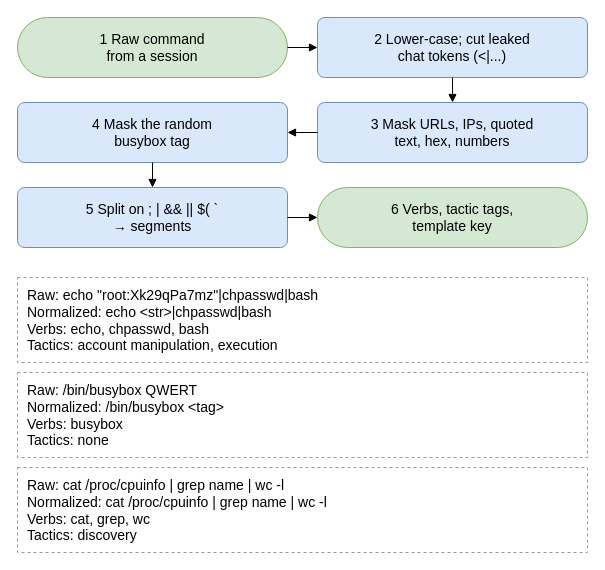
Before: report/diagrams/d06_normalization_pipeline.drawio in parthkansal823/Honeypot_RedTeaming-paper, a draw.io diagram. Source tidied: cells renumbered, new cells numbered last; positions are measured from the earlier drawing's top-left corner, leaving out a move shared by most shapes. Both pictures are drawn from the tidied source at 100%, with x=0, y=0 at pixel (17, 17).
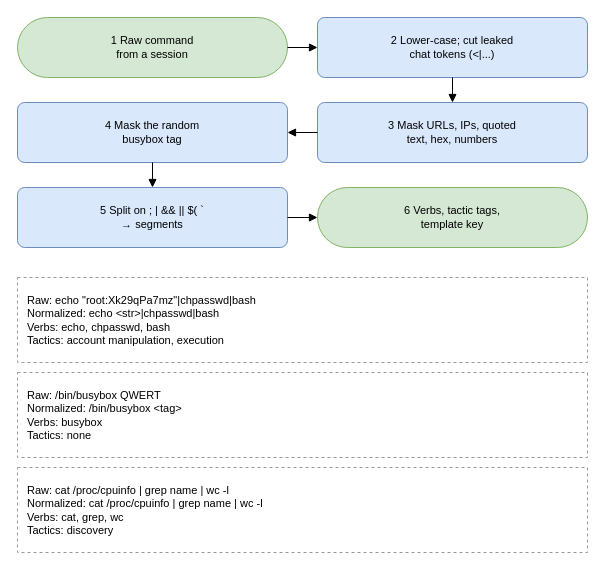
The same diagram, later.

What changed in the source:
```diff
@@
 <mxGraphModel>
   <root>
     <mxCell id="0" />
     <mxCell id="1" parent="0" />
-    <mxCell id="2" value="1  Raw command&lt;br&gt;from a session" style="rounded=1;arcSize=50;whiteSpace=wrap;html=1;fillColor=#D5E8D4;strokeColor=#82B366;fontFamily=Arial;fontSize=14;" parent="1" vertex="1">
+    <mxCell id="2" value="1  Raw command&lt;br&gt;from a session" style="rounded=1;arcSize=50;whiteSpace=wrap;html=1;fillColor=#D5E8D4;strokeColor=#82B366;fontFamily=Arial;fontSize=11;" parent="1" vertex="1">
       <mxGeometry width="270" height="60" as="geometry" />
     </mxCell>
-    <mxCell id="3" value="2  Lower-case; cut leaked&lt;br&gt;chat tokens (&amp;lt;|...)" style="rounded=1;arcSize=12;whiteSpace=wrap;html=1;fillColor=#DAE8FC;strokeColor=#6C8EBF;fontFamily=Arial;fontSize=14;" parent="1" vertex="1">
+    <mxCell id="3" value="2  Lower-case; cut leaked&lt;br&gt;chat tokens (&amp;lt;|...)" style="rounded=1;arcSize=12;whiteSpace=wrap;html=1;fillColor=#DAE8FC;strokeColor=#6C8EBF;fontFamily=Arial;fontSize=11;" parent="1" vertex="1">
       <mxGeometry x="300" width="270" height="60" as="geometry" />
     </mxCell>
-    <mxCell id="4" value="3  Mask URLs, IPs, quoted&lt;br&gt;text, hex, numbers" style="rounded=1;arcSize=12;whiteSpace=wrap;html=1;fillColor=#DAE8FC;strokeColor=#6C8EBF;fontFamily=Arial;fontSize=14;" parent="1" vertex="1">
+    <mxCell id="4" value="3  Mask URLs, IPs, quoted&lt;br&gt;text, hex, numbers" style="rounded=1;arcSize=12;whiteSpace=wrap;html=1;fillColor=#DAE8FC;strokeColor=#6C8EBF;fontFamily=Arial;fontSize=11;" parent="1" vertex="1">
       <mxGeometry x="300" y="85" width="270" height="60" as="geometry" />
     </mxCell>
-    <mxCell id="5" value="4  Mask the random&lt;br&gt;busybox tag" style="rounded=1;arcSize=12;whiteSpace=wrap;html=1;fillColor=#DAE8FC;strokeColor=#6C8EBF;fontFamily=Arial;fontSize=14;" parent="1" vertex="1">
+    <mxCell id="5" value="4  Mask the random&lt;br&gt;busybox tag" style="rounded=1;arcSize=12;whiteSpace=wrap;html=1;fillColor=#DAE8FC;strokeColor=#6C8EBF;fontFamily=Arial;fontSize=11;" parent="1" vertex="1">
       <mxGeometry y="85" width="270" height="60" as="geometry" />
     </mxCell>
-    <mxCell id="6" value="5  Split on ; | &amp;amp;&amp;amp; || $( `&lt;br&gt;→ segments" style="rounded=1;arcSize=12;whiteSpace=wrap;html=1;fillColor=#DAE8FC;strokeColor=#6C8EBF;fontFamily=Arial;fontSize=14;" parent="1" vertex="1">
+    <mxCell id="6" value="5  Split on ; | &amp;amp;&amp;amp; || $( `&lt;br&gt;→ segments" style="rounded=1;arcSize=12;whiteSpace=wrap;html=1;fillColor=#DAE8FC;strokeColor=#6C8EBF;fontFamily=Arial;fontSize=11;" parent="1" vertex="1">
       <mxGeometry y="170" width="270" height="60" as="geometry" />
     </mxCell>
-    <mxCell id="7" value="6  Verbs, tactic tags,&lt;br&gt;template key" style="rounded=1;arcSize=50;whiteSpace=wrap;html=1;fillColor=#D5E8D4;strokeColor=#82B366;fontFamily=Arial;fontSize=14;" parent="1" vertex="1">
+    <mxCell id="7" value="6  Verbs, tactic tags,&lt;br&gt;template key" style="rounded=1;arcSize=50;whiteSpace=wrap;html=1;fillColor=#D5E8D4;strokeColor=#82B366;fontFamily=Arial;fontSize=11;" parent="1" vertex="1">
       <mxGeometry x="300" y="170" width="270" height="60" as="geometry" />
     </mxCell>
-    <mxCell id="8" value="Raw:  echo &amp;quot;root:Xk29qPa7mz&amp;quot;|chpasswd|bash&lt;br&gt;Normalized:  echo &amp;lt;str&amp;gt;|chpasswd|bash&lt;br&gt;Verbs:  echo, chpasswd, bash&lt;br&gt;Tactics:  account manipulation, execution" style="rounded=0;dashed=1;whiteSpace=wrap;html=1;fillColor=#FFFFFF;strokeColor=#999999;fontFamily=Arial;fontSize=14;align=left;spacingLeft=8;" parent="1" vertex="1">
+    <mxCell id="8" value="Raw:  echo &amp;quot;root:Xk29qPa7mz&amp;quot;|chpasswd|bash&lt;br&gt;Normalized:  echo &amp;lt;str&amp;gt;|chpasswd|bash&lt;br&gt;Verbs:  echo, chpasswd, bash&lt;br&gt;Tactics:  account manipulation, execution" style="rounded=0;dashed=1;whiteSpace=wrap;html=1;fillColor=#FFFFFF;strokeColor=#999999;fontFamily=Arial;fontSize=11;align=left;spacingLeft=8;" parent="1" vertex="1">
       <mxGeometry y="260" width="570" height="85" as="geometry" />
     </mxCell>
-    <mxCell id="9" value="Raw:  /bin/busybox QWERT&lt;br&gt;Normalized:  /bin/busybox &amp;lt;tag&amp;gt;&lt;br&gt;Verbs:  busybox&lt;br&gt;Tactics:  none" style="rounded=0;dashed=1;whiteSpace=wrap;html=1;fillColor=#FFFFFF;strokeColor=#999999;fontFamily=Arial;fontSize=14;align=left;spacingLeft=8;" parent="1" vertex="1">
+    <mxCell id="9" value="Raw:  /bin/busybox QWERT&lt;br&gt;Normalized:  /bin/busybox &amp;lt;tag&amp;gt;&lt;br&gt;Verbs:  busybox&lt;br&gt;Tactics:  none" style="rounded=0;dashed=1;whiteSpace=wrap;html=1;fillColor=#FFFFFF;strokeColor=#999999;fontFamily=Arial;fontSize=11;align=left;spacingLeft=8;" parent="1" vertex="1">
       <mxGeometry y="355" width="570" height="85" as="geometry" />
     </mxCell>
-    <mxCell id="10" value="Raw:  cat /proc/cpuinfo | grep name | wc -l&lt;br&gt;Normalized:  cat /proc/cpuinfo | grep name | wc -l&lt;br&gt;Verbs:  cat, grep, wc&lt;br&gt;Tactics:  discovery" style="rounded=0;dashed=1;whiteSpace=wrap;html=1;fillColor=#FFFFFF;strokeColor=#999999;fontFamily=Arial;fontSize=14;align=left;spacingLeft=8;" parent="1" vertex="1">
+    <mxCell id="10" value="Raw:  cat /proc/cpuinfo | grep name | wc -l&lt;br&gt;Normalized:  cat /proc/cpuinfo | grep name | wc -l&lt;br&gt;Verbs:  cat, grep, wc&lt;br&gt;Tactics:  discovery" style="rounded=0;dashed=1;whiteSpace=wrap;html=1;fillColor=#FFFFFF;strokeColor=#999999;fontFamily=Arial;fontSize=11;align=left;spacingLeft=8;" parent="1" vertex="1">
       <mxGeometry y="450" width="570" height="85" as="geometry" />
     </mxCell>
     <mxCell id="11" style="edgeStyle=orthogonalEdgeStyle;rounded=0;html=1;endArrow=block;endFill=1;exitX=1;exitY=0.5;exitDx=0;exitDy=0;entryX=0;entryY=0.5;entryDx=0;entryDy=0;fontFamily=Arial;fontSize=11;labelBackgroundColor=#FFFFFF;" parent="1" edge="1" source="2" target="3">
       <mxGeometry relative="1" as="geometry" />
     </mxCell>
     <mxCell id="12" style="edgeStyle=orthogonalEdgeStyle;rounded=0;html=1;endArrow=block;endFill=1;exitX=0.5;exitY=1;exitDx=0;exitDy=0;entryX=0.5;entryY=0;entryDx=0;entryDy=0;fontFamily=Arial;fontSize=11;labelBackgroundColor=#FFFFFF;" parent="1" edge="1" source="3" target="4">
       <mxGeometry relative="1" as="geometry" />
     </mxCell>
     <mxCell id="13" style="edgeStyle=orthogonalEdgeStyle;rounded=0;html=1;endArrow=block;endFill=1;exitX=0;exitY=0.5;exitDx=0;exitDy=0;entryX=1;entryY=0.5;entryDx=0;entryDy=0;fontFamily=Arial;fontSize=11;labelBackgroundColor=#FFFFFF;" parent="1" edge="1" source="4" target="5">
       <mxGeometry relative="1" as="geometry" />
     </mxCell>
     <mxCell id="14" style="edgeStyle=orthogonalEdgeStyle;rounded=0;html=1;endArrow=block;endFill=1;exitX=0.5;exitY=1;exitDx=0;exitDy=0;entryX=0.5;entryY=0;entryDx=0;entryDy=0;fontFamily=Arial;fontSize=11;labelBackgroundColor=#FFFFFF;" parent="1" edge="1" source="5" target="6">
       <mxGeometry relative="1" as="geometry" />
     </mxCell>
     <mxCell id="15" style="edgeStyle=orthogonalEdgeStyle;rounded=0;html=1;endArrow=block;endFill=1;exitX=1;exitY=0.5;exitDx=0;exitDy=0;entryX=0;entryY=0.5;entryDx=0;entryDy=0;fontFamily=Arial;fontSize=11;labelBackgroundColor=#FFFFFF;" parent="1" edge="1" source="6" target="7">
       <mxGeometry relative="1" as="geometry" />
     </mxCell>
   </root>
 </mxGraphModel>
```
